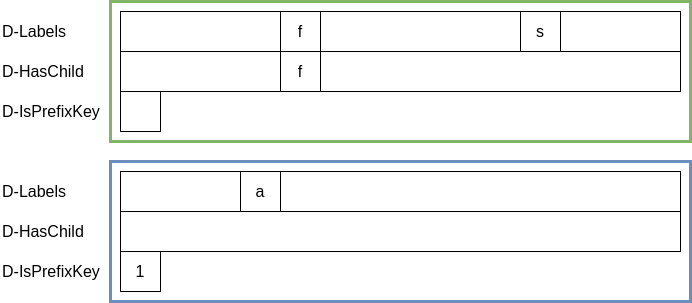
Above: presentation/resources/louds_dense.png in Lavode/63112-data-management-data-structures (draw.io), before the change. Source tidied: cells renumbered, new cells last; positions are measured from the earlier drawing's top-left corner, leaving out a move shared by most shapes.
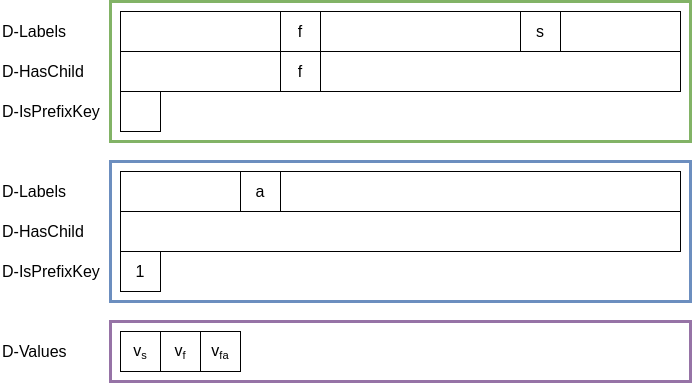
After the change.

Diff of the diagram source:
```diff
@@ -2,6 +2,9 @@
   <root>
     <mxCell id="0" />
     <mxCell id="1" parent="0" />
+    <mxCell id="24" style="rounded=0;whiteSpace=wrap;html=1;fontSize=15;fillColor=none;strokeColor=#9673a6;strokeWidth=3;" parent="1" vertex="1">
+      <mxGeometry x="110" y="320" width="580" height="60" as="geometry" />
+    </mxCell>
     <mxCell id="2" style="rounded=0;whiteSpace=wrap;html=1;fontSize=15;fillColor=none;strokeColor=#6c8ebf;strokeWidth=3;" parent="1" vertex="1">
       <mxGeometry x="110" y="160" width="580" height="140" as="geometry" />
     </mxCell>
@@ -68,5 +71,17 @@
     <mxCell id="23" value="1" style="rounded=0;whiteSpace=wrap;html=1;fontSize=16;" parent="1" vertex="1">
       <mxGeometry x="120" y="250" width="40" height="40" as="geometry" />
     </mxCell>
+    <mxCell id="25" value="v&lt;span style=&quot;font-size: 13.3333px&quot;&gt;&lt;sub&gt;s&lt;/sub&gt;&lt;/span&gt;" style="rounded=0;whiteSpace=wrap;html=1;fontSize=16;" parent="1" vertex="1">
+      <mxGeometry x="120" y="330" width="40" height="40" as="geometry" />
+    </mxCell>
+    <mxCell id="26" value="v&lt;span style=&quot;font-size: 13.3333px&quot;&gt;&lt;sub&gt;f&lt;/sub&gt;&lt;/span&gt;" style="rounded=0;whiteSpace=wrap;html=1;fontSize=16;" parent="1" vertex="1">
+      <mxGeometry x="160" y="330" width="40" height="40" as="geometry" />
+    </mxCell>
+    <mxCell id="27" value="v&lt;span style=&quot;font-size: 13.3333px&quot;&gt;&lt;sub&gt;fa&lt;/sub&gt;&lt;/span&gt;" style="rounded=0;whiteSpace=wrap;html=1;fontSize=16;" parent="1" vertex="1">
+      <mxGeometry x="200" y="330" width="40" height="40" as="geometry" />
+    </mxCell>
+    <mxCell id="28" value="D-Values" style="text;html=1;align=left;verticalAlign=middle;strokeColor=none;fillColor=none;fontSize=16;" parent="1" vertex="1">
+      <mxGeometry y="340" width="80" height="20" as="geometry" />
+    </mxCell>
   </root>
 </mxGraphModel>
```
